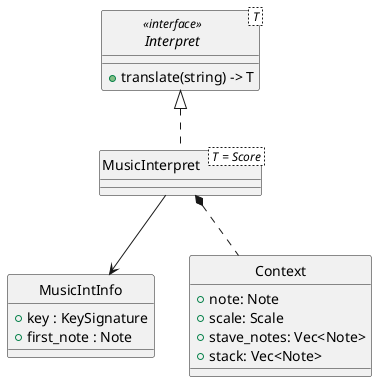
The PlantUML diagram doc/interpret_class.png in TheRetikGM/bp, before a commit.
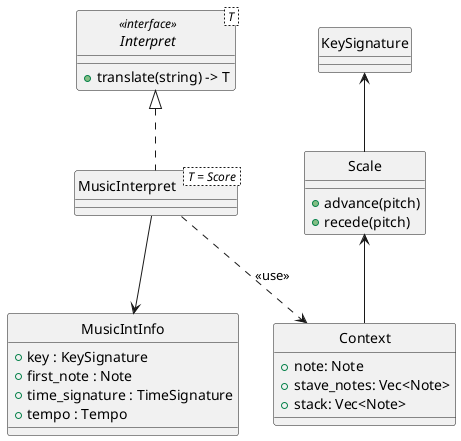
The same diagram one commit later.

Commit message:
docs: Add gui class diagram

What changed in the source:
```diff
@@ -11,16 +11,24 @@
 class MusicIntInfo {
     + key : KeySignature
     + first_note : Note
+    + time_signature : TimeSignature
+    + tempo : Tempo
 }
 
 class Context {
     + note: Note
-    + scale: Scale
     + stave_notes: Vec<Note>
     + stack: Vec<Note>
 }
 
+class Scale {
+    + advance(pitch)
+    + recede(pitch)
+}
+
 MusicInterpret -down-> MusicIntInfo
-MusicInterpret *.down. Context
+MusicInterpret .down.> Context : <<use>>
+Scale -up-> KeySignature
+Context -up-> Scale
 
 @enduml
```
